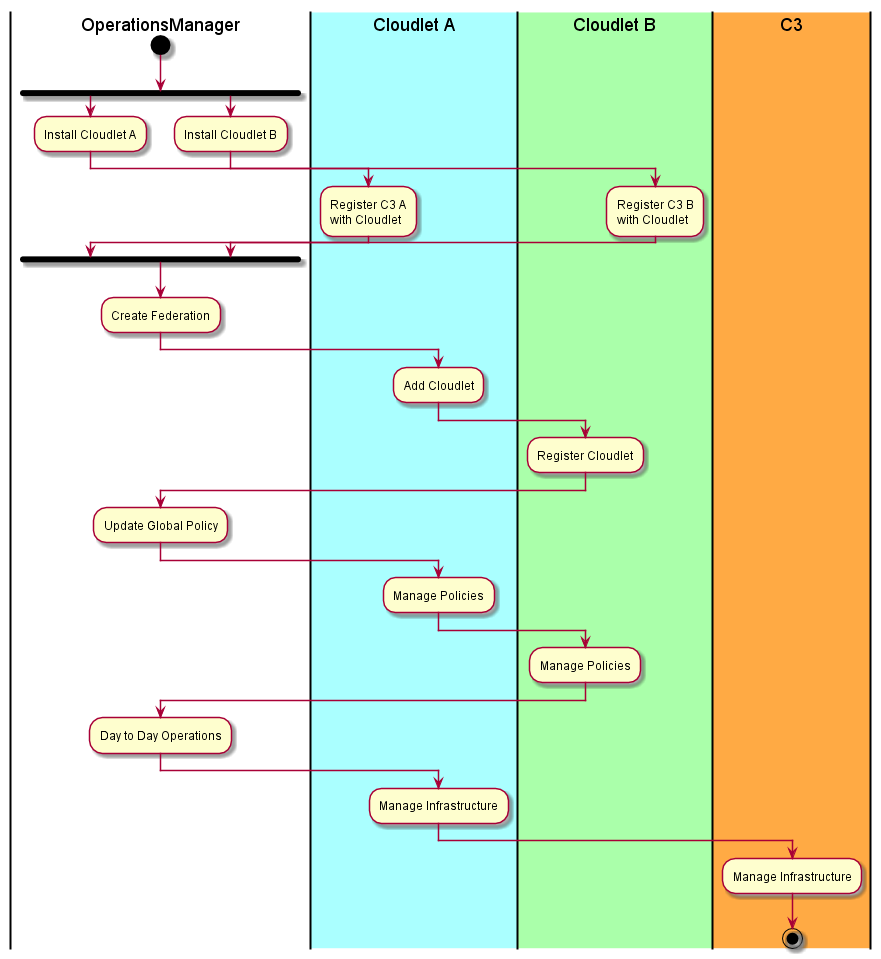
This is docs/Solution/Process.png from CAADE/CloudLet, a PlantUML export, as it was before one commit. Its diagram source:
```plantuml
@startuml
|OperationsManager|
start
fork
:Install Cloudlet A;
|#aaffff|Cloudlet A|
:Register C3 A\nwith Cloudlet;
fork again
|OperationsManager|
:Install Cloudlet B;
|#aaffaa|Cloudlet B|
:Register C3 B\nwith Cloudlet;
end fork
|OperationsManager|
:Create Federation;
|Cloudlet A|
:Add Cloudlet;
|Cloudlet B|
:Register Cloudlet;
|OperationsManager|
:Update Global Policy;
|Cloudlet A|
:Manage Policies;
|Cloudlet B|
:Manage Policies;
|OperationsManager|
|OperationsManager|
:Day to Day Operations;
|Cloudlet A|
:Manage Infrastructure;
|#ffaa44|C3|
:Manage Infrastructure;
stop

@enduml
```
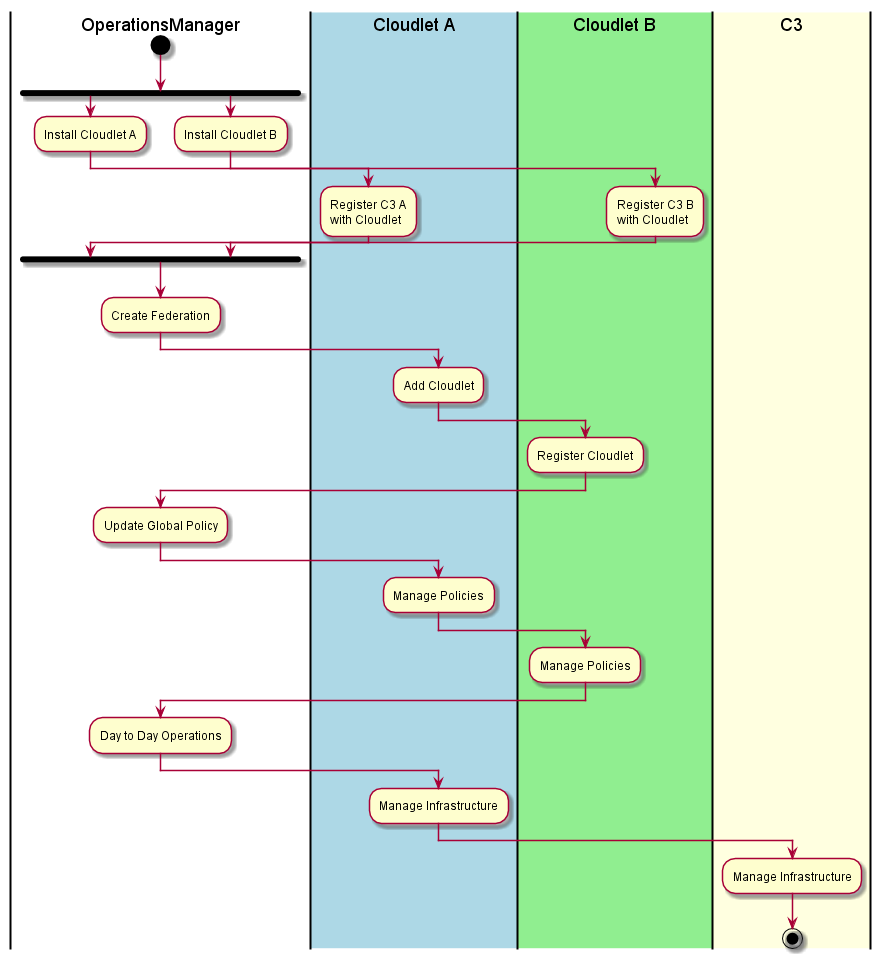
After the commit.

Diff of the diagram source:
```diff
@@ -3,12 +3,12 @@
 start
 fork
 :Install Cloudlet A;
-|#aaffff|Cloudlet A|
+|#lightblue|Cloudlet A|
 :Register C3 A\nwith Cloudlet;
 fork again
 |OperationsManager|
 :Install Cloudlet B;
-|#aaffaa|Cloudlet B|
+|#lightgreen|Cloudlet B|
 :Register C3 B\nwith Cloudlet;
 end fork
 |OperationsManager|
@@ -28,7 +28,7 @@
 :Day to Day Operations;
 |Cloudlet A|
 :Manage Infrastructure;
-|#ffaa44|C3|
+|#lightyellow|C3|
 :Manage Infrastructure;
 stop
 
```
